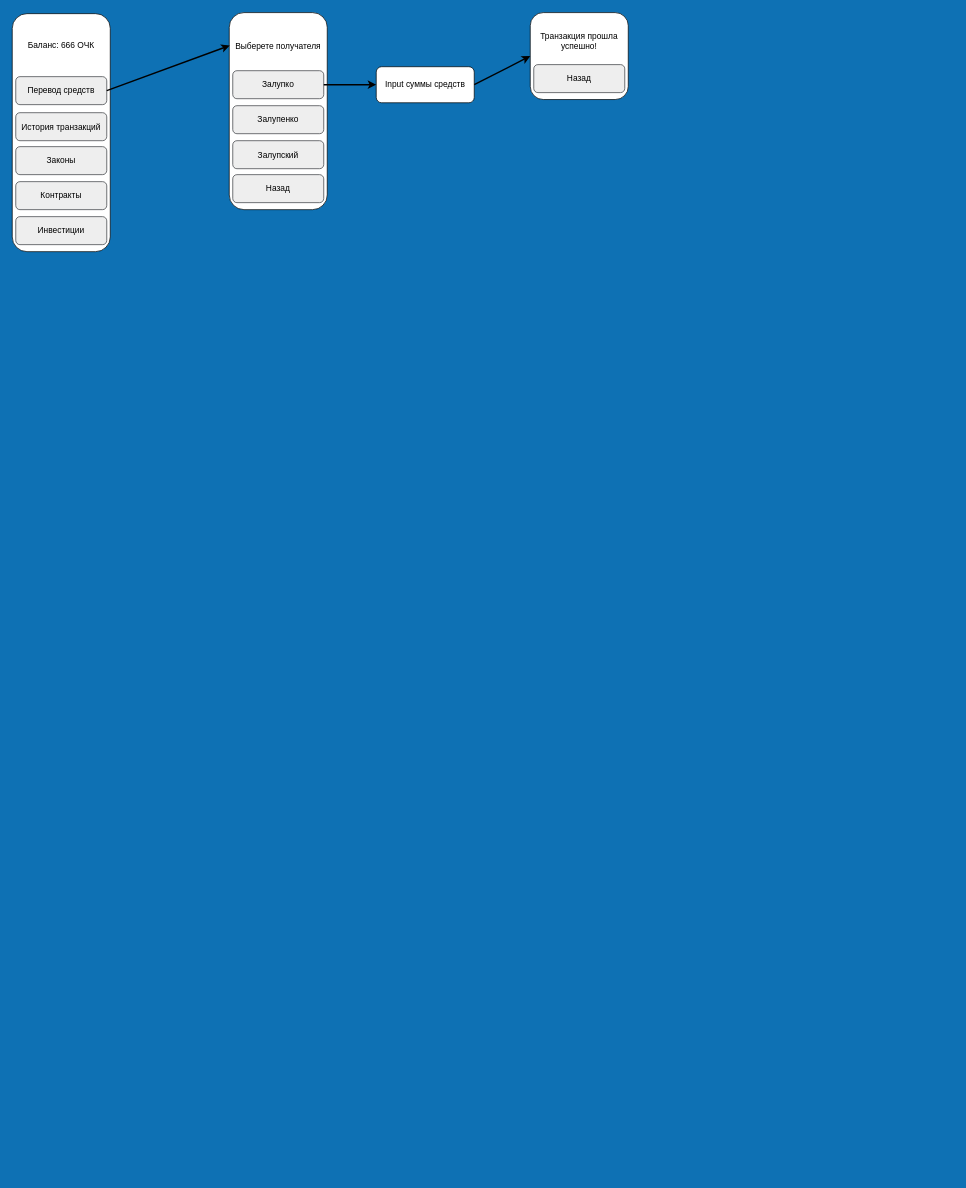
robokirill/TEST keeps this draw.io diagram as minecraft-smp.drawio. Above is the earlier version. Source tidied: cells renumbered, new cells numbered last; positions are measured from the earlier drawing's top-left corner, leaving out a move shared by most shapes. Both pictures are drawn from the tidied source at 70%, with x=0, y=0 at pixel (12, 12).
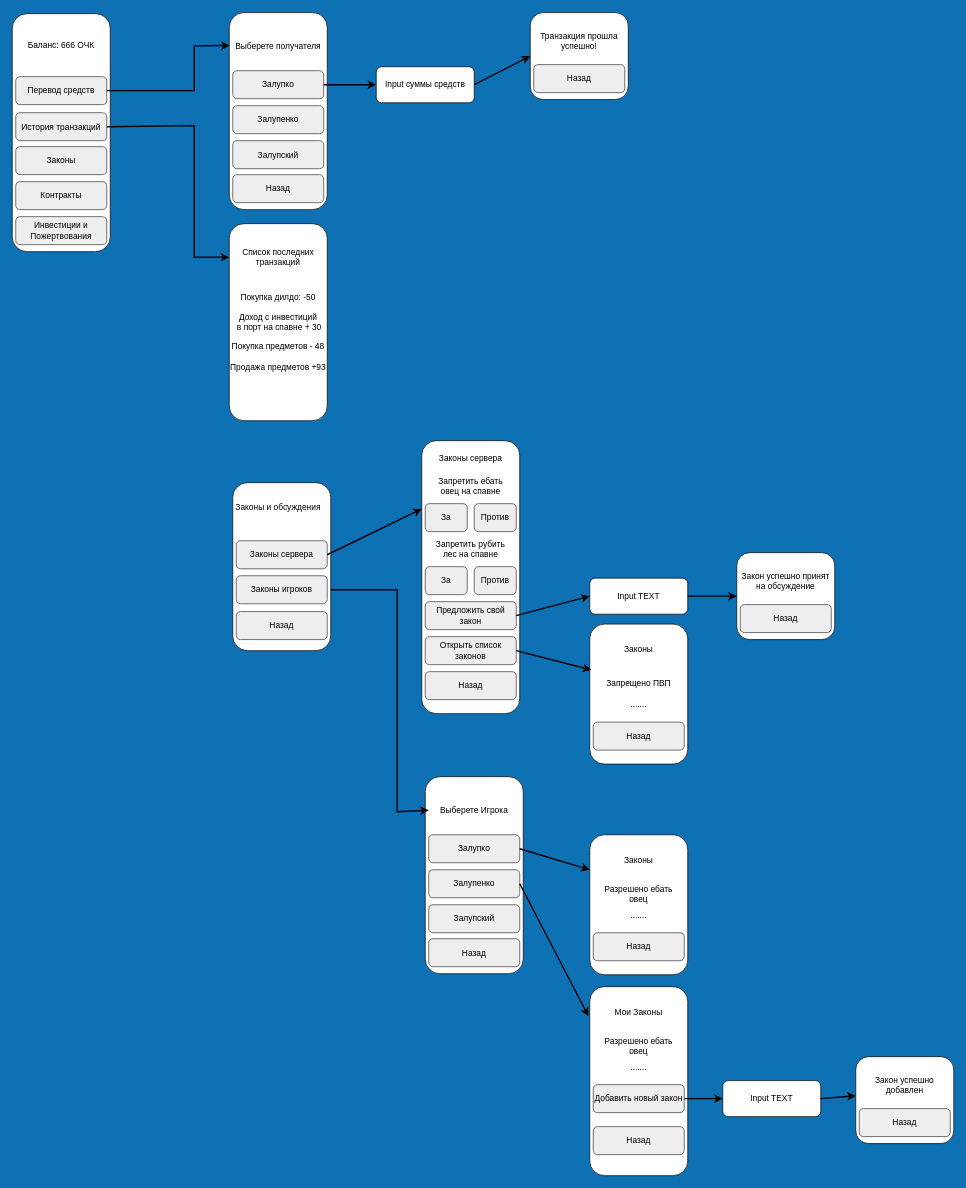
The same diagram, later.

Unchanged cells that the change refers to:
```xml
<mxCell id="4" value="Перевод средств" style="rounded=1;whiteSpace=wrap;html=1;fillColor=#eeeeee;strokeColor=#36393d;" parent="1" vertex="1">
  <mxGeometry x="5" y="92" width="130" height="40" as="geometry" />
</mxCell>
<mxCell id="8" style="rounded=1;whiteSpace=wrap;html=1;" parent="1" vertex="1">
  <mxGeometry x="310" y="0.5" width="140" height="281.5" as="geometry" />
</mxCell>
<mxCell id="21" value="История транзакций" style="rounded=1;whiteSpace=wrap;html=1;fillColor=#eeeeee;strokeColor=#36393d;" parent="1" vertex="1">
  <mxGeometry x="5" y="143.5" width="130" height="40" as="geometry" />
</mxCell>
```

Change to the diagram source:
```diff
@@
-    <mxCell id="7" value="Инвестиции" style="rounded=1;whiteSpace=wrap;html=1;fillColor=#eeeeee;strokeColor=#36393d;" parent="1" vertex="1">
+    <mxCell id="7" value="Инвестиции и Пожертвования" style="rounded=1;whiteSpace=wrap;html=1;fillColor=#eeeeee;strokeColor=#36393d;" parent="1" vertex="1">
       <mxGeometry x="5" y="292" width="130" height="40" as="geometry" />
     </mxCell>
@@
     <mxCell id="13" style="endArrow=classic;html=1;rounded=0;exitX=1;exitY=0.5;exitDx=0;exitDy=0;entryX=0.005;entryY=0.167;entryDx=0;entryDy=0;entryPerimeter=0;strokeWidth=2;" parent="1" edge="1" source="4" target="8">
-      <mxGeometry relative="1" as="geometry" />
+      <mxGeometry relative="1" as="geometry">
+        <Array as="points">
+          <mxPoint x="260" y="112" />
+          <mxPoint x="260" y="48" />
+        </Array>
+      </mxGeometry>
     </mxCell>
@@
+    <mxCell id="22" style="rounded=1;whiteSpace=wrap;html=1;" parent="1" vertex="1">
+      <mxGeometry x="310" y="302" width="140" height="281.5" as="geometry" />
+    </mxCell>
+    <mxCell id="23" value="Список последних транзакций" style="text;html=1;align=center;verticalAlign=middle;whiteSpace=wrap;rounded=0;" parent="1" vertex="1">
+      <mxGeometry x="310" y="335" width="140" height="30" as="geometry" />
+    </mxCell>
+    <mxCell id="24" value="Покупка дилдо: -50" style="text;html=1;align=center;verticalAlign=middle;whiteSpace=wrap;rounded=0;" parent="1" vertex="1">
+      <mxGeometry x="310" y="392" width="140" height="30" as="geometry" />
+    </mxCell>
+    <mxCell id="25" value="&lt;div&gt;Доход с инвестиций&lt;br&gt;&amp;nbsp;в порт на спавне + 30&lt;/div&gt;" style="text;html=1;align=center;verticalAlign=middle;whiteSpace=wrap;rounded=0;" parent="1" vertex="1">
+      <mxGeometry x="310" y="427.8" width="140" height="30" as="geometry" />
+    </mxCell>
+    <mxCell id="26" value="&lt;div&gt;Покупка предметов - 48&lt;/div&gt;" style="text;html=1;align=center;verticalAlign=middle;whiteSpace=wrap;rounded=0;" parent="1" vertex="1">
+      <mxGeometry x="310" y="462" width="140" height="30" as="geometry" />
+    </mxCell>
+    <mxCell id="27" value="&lt;div&gt;Продажа предметов +93&lt;/div&gt;" style="text;html=1;align=center;verticalAlign=middle;whiteSpace=wrap;rounded=0;" parent="1" vertex="1">
+      <mxGeometry x="310" y="492" width="140" height="30" as="geometry" />
+    </mxCell>
+    <mxCell id="28" style="endArrow=classic;html=1;rounded=0;exitX=1;exitY=0.5;exitDx=0;exitDy=0;entryX=0;entryY=0.5;entryDx=0;entryDy=0;strokeWidth=2;" parent="1" edge="1" source="21" target="23">
+      <mxGeometry relative="1" as="geometry">
+        <Array as="points">
+          <mxPoint x="260" y="162" />
+          <mxPoint x="260" y="350" />
+        </Array>
+      </mxGeometry>
+    </mxCell>
+    <mxCell id="29" style="rounded=1;whiteSpace=wrap;html=1;" parent="1" vertex="1">
+      <mxGeometry x="315" y="672" width="140" height="240" as="geometry" />
+    </mxCell>
+    <mxCell id="30" value="Законы сервера" style="rounded=1;whiteSpace=wrap;html=1;fillColor=#eeeeee;strokeColor=#36393d;" parent="1" vertex="1">
+      <mxGeometry x="320" y="755" width="130" height="40" as="geometry" />
+    </mxCell>
+    <mxCell id="31" value="Законы игроков" style="rounded=1;whiteSpace=wrap;html=1;fillColor=#eeeeee;strokeColor=#36393d;" parent="1" vertex="1">
+      <mxGeometry x="320" y="805" width="130" height="40" as="geometry" />
+    </mxCell>
+    <mxCell id="32" value="Законы и обсуждения" style="text;html=1;align=center;verticalAlign=middle;whiteSpace=wrap;rounded=0;" parent="1" vertex="1">
+      <mxGeometry x="310" y="692" width="140" height="30" as="geometry" />
+    </mxCell>
+    <mxCell id="33" style="rounded=1;whiteSpace=wrap;html=1;" parent="1" vertex="1">
+      <mxGeometry x="585" y="612" width="140" height="390" as="geometry" />
+    </mxCell>
+    <mxCell id="34" value="За" style="rounded=1;whiteSpace=wrap;html=1;fillColor=#eeeeee;strokeColor=#36393d;" parent="1" vertex="1">
+      <mxGeometry x="590" y="702" width="60" height="40" as="geometry" />
+    </mxCell>
+    <mxCell id="35" value="Предложить свой закон" style="rounded=1;whiteSpace=wrap;html=1;fillColor=#eeeeee;strokeColor=#36393d;" parent="1" vertex="1">
+      <mxGeometry x="590" y="842" width="130" height="40" as="geometry" />
+    </mxCell>
+    <mxCell id="36" value="Законы сервера" style="text;html=1;align=center;verticalAlign=middle;whiteSpace=wrap;rounded=0;" parent="1" vertex="1">
+      <mxGeometry x="585" y="622" width="140" height="30" as="geometry" />
+    </mxCell>
+    <mxCell id="37" value="Против" style="rounded=1;whiteSpace=wrap;html=1;fillColor=#eeeeee;strokeColor=#36393d;" parent="1" vertex="1">
+      <mxGeometry x="660" y="702" width="60" height="40" as="geometry" />
+    </mxCell>
+    <mxCell id="38" value="За" style="rounded=1;whiteSpace=wrap;html=1;fillColor=#eeeeee;strokeColor=#36393d;" parent="1" vertex="1">
+      <mxGeometry x="590" y="792" width="60" height="40" as="geometry" />
+    </mxCell>
+    <mxCell id="39" value="Запретить рубить лес на спавне" style="text;html=1;align=center;verticalAlign=middle;whiteSpace=wrap;rounded=0;" parent="1" vertex="1">
+      <mxGeometry x="600" y="752" width="110" height="30" as="geometry" />
+    </mxCell>
+    <mxCell id="40" value="Против" style="rounded=1;whiteSpace=wrap;html=1;fillColor=#eeeeee;strokeColor=#36393d;" parent="1" vertex="1">
+      <mxGeometry x="660" y="792" width="60" height="40" as="geometry" />
+    </mxCell>
+    <mxCell id="41" style="endArrow=classic;html=1;rounded=0;exitX=1;exitY=0.5;exitDx=0;exitDy=0;entryX=0;entryY=0.25;entryDx=0;entryDy=0;strokeWidth=2;" parent="1" edge="1" source="30" target="33">
+      <mxGeometry relative="1" as="geometry" />
+    </mxCell>
+    <mxCell id="42" value="Input TEXT" style="rounded=1;whiteSpace=wrap;html=1;" parent="1" vertex="1">
+      <mxGeometry x="825" y="808.4" width="140" height="51.5" as="geometry" />
+    </mxCell>
+    <mxCell id="43" style="rounded=1;whiteSpace=wrap;html=1;" parent="1" vertex="1">
+      <mxGeometry x="1035" y="772" width="140" height="124.2" as="geometry" />
+    </mxCell>
+    <mxCell id="44" value="Закон успешно принят на обсуждение" style="text;html=1;align=center;verticalAlign=middle;whiteSpace=wrap;rounded=0;" parent="1" vertex="1">
+      <mxGeometry x="1035" y="797.8" width="140" height="30" as="geometry" />
+    </mxCell>
+    <mxCell id="45" value="Назад" style="rounded=1;whiteSpace=wrap;html=1;fillColor=#eeeeee;strokeColor=#36393d;" parent="1" vertex="1">
+      <mxGeometry x="1040" y="846.2" width="130" height="40" as="geometry" />
+    </mxCell>
+    <mxCell id="46" style="endArrow=classic;html=1;rounded=0;exitX=1;exitY=0.5;exitDx=0;exitDy=0;entryX=0;entryY=0.5;entryDx=0;entryDy=0;strokeWidth=2;" parent="1" edge="1" source="42" target="43">
+      <mxGeometry relative="1" as="geometry" />
+    </mxCell>
+    <mxCell id="47" style="endArrow=classic;html=1;rounded=0;exitX=1;exitY=0.5;exitDx=0;exitDy=0;entryX=0;entryY=0.5;entryDx=0;entryDy=0;strokeWidth=2;" parent="1" edge="1" source="35" target="42">
+      <mxGeometry relative="1" as="geometry" />
+    </mxCell>
+    <mxCell id="48" value="Открыть список законов" style="rounded=1;whiteSpace=wrap;html=1;fillColor=#eeeeee;strokeColor=#36393d;" parent="1" vertex="1">
+      <mxGeometry x="590" y="892" width="130" height="40" as="geometry" />
+    </mxCell>
+    <mxCell id="49" style="rounded=1;whiteSpace=wrap;html=1;" parent="1" vertex="1">
+      <mxGeometry x="825" y="874.1" width="140" height="200" as="geometry" />
+    </mxCell>
+    <mxCell id="50" value="Законы" style="text;html=1;align=center;verticalAlign=middle;whiteSpace=wrap;rounded=0;" parent="1" vertex="1">
+      <mxGeometry x="825" y="896.2" width="140" height="30" as="geometry" />
+    </mxCell>
+    <mxCell id="51" style="endArrow=classic;html=1;rounded=0;exitX=1;exitY=0.5;exitDx=0;exitDy=0;entryX=0.017;entryY=0.327;entryDx=0;entryDy=0;strokeWidth=2;entryPerimeter=0;" parent="1" edge="1" source="48" target="49">
+      <mxGeometry relative="1" as="geometry" />
+    </mxCell>
+    <mxCell id="52" value="Запрещено ПВП" style="text;html=1;align=center;verticalAlign=middle;whiteSpace=wrap;rounded=0;" parent="1" vertex="1">
+      <mxGeometry x="840" y="944.1" width="110" height="30" as="geometry" />
+    </mxCell>
+    <mxCell id="53" value="......." style="text;html=1;align=center;verticalAlign=middle;whiteSpace=wrap;rounded=0;" parent="1" vertex="1">
+      <mxGeometry x="840" y="974.1" width="110" height="30" as="geometry" />
+    </mxCell>
+    <mxCell id="54" value="Назад" style="rounded=1;whiteSpace=wrap;html=1;fillColor=#eeeeee;strokeColor=#36393d;" parent="1" vertex="1">
+      <mxGeometry x="590" y="942" width="130" height="40" as="geometry" />
+    </mxCell>
+    <mxCell id="55" style="rounded=1;whiteSpace=wrap;html=1;" parent="1" vertex="1">
+      <mxGeometry x="590" y="1092" width="140" height="281.5" as="geometry" />
+    </mxCell>
+    <mxCell id="56" value="Выберете Игрока" style="text;html=1;align=center;verticalAlign=middle;whiteSpace=wrap;rounded=0;" parent="1" vertex="1">
+      <mxGeometry x="590" y="1125" width="140" height="30" as="geometry" />
+    </mxCell>
+    <mxCell id="57" value="Залупко" style="rounded=1;whiteSpace=wrap;html=1;fillColor=#eeeeee;strokeColor=#36393d;" parent="1" vertex="1">
+      <mxGeometry x="595" y="1175" width="130" height="40" as="geometry" />
+    </mxCell>
+    <mxCell id="58" value="Залупенко" style="rounded=1;whiteSpace=wrap;html=1;fillColor=#eeeeee;strokeColor=#36393d;" parent="1" vertex="1">
+      <mxGeometry x="595" y="1225" width="130" height="40" as="geometry" />
+    </mxCell>
+    <mxCell id="59" value="Залупский" style="rounded=1;whiteSpace=wrap;html=1;fillColor=#eeeeee;strokeColor=#36393d;" parent="1" vertex="1">
+      <mxGeometry x="595" y="1275" width="130" height="40" as="geometry" />
+    </mxCell>
+    <mxCell id="60" value="Назад" style="rounded=1;whiteSpace=wrap;html=1;fillColor=#eeeeee;strokeColor=#36393d;" parent="1" vertex="1">
+      <mxGeometry x="595" y="1323.5" width="130" height="40" as="geometry" />
+    </mxCell>
+    <mxCell id="61" style="rounded=1;whiteSpace=wrap;html=1;" parent="1" vertex="1">
+      <mxGeometry x="825" y="1175" width="140" height="200" as="geometry" />
+    </mxCell>
+    <mxCell id="62" value="Законы" style="text;html=1;align=center;verticalAlign=middle;whiteSpace=wrap;rounded=0;" parent="1" vertex="1">
+      <mxGeometry x="825" y="1197.1" width="140" height="30" as="geometry" />
+    </mxCell>
+    <mxCell id="63" value="Разрешено ебать овец" style="text;html=1;align=center;verticalAlign=middle;whiteSpace=wrap;rounded=0;" parent="1" vertex="1">
+      <mxGeometry x="840" y="1245" width="110" height="30" as="geometry" />
+    </mxCell>
+    <mxCell id="64" value="......." style="text;html=1;align=center;verticalAlign=middle;whiteSpace=wrap;rounded=0;" parent="1" vertex="1">
+      <mxGeometry x="840" y="1275" width="110" height="30" as="geometry" />
+    </mxCell>
+    <mxCell id="65" style="rounded=1;whiteSpace=wrap;html=1;" parent="1" vertex="1">
+      <mxGeometry x="825" y="1392" width="140" height="270" as="geometry" />
+    </mxCell>
+    <mxCell id="66" value="Мои Законы" style="text;html=1;align=center;verticalAlign=middle;whiteSpace=wrap;rounded=0;" parent="1" vertex="1">
+      <mxGeometry x="825" y="1414.1" width="140" height="30" as="geometry" />
+    </mxCell>
+    <mxCell id="67" value="Разрешено ебать овец" style="text;html=1;align=center;verticalAlign=middle;whiteSpace=wrap;rounded=0;" parent="1" vertex="1">
+      <mxGeometry x="840" y="1462" width="110" height="30" as="geometry" />
+    </mxCell>
+    <mxCell id="68" value="......." style="text;html=1;align=center;verticalAlign=middle;whiteSpace=wrap;rounded=0;" parent="1" vertex="1">
+      <mxGeometry x="840" y="1492" width="110" height="30" as="geometry" />
+    </mxCell>
+    <mxCell id="69" value="Назад" style="rounded=1;whiteSpace=wrap;html=1;fillColor=#eeeeee;strokeColor=#36393d;" parent="1" vertex="1">
+      <mxGeometry x="830" y="1014.1" width="130" height="40" as="geometry" />
+    </mxCell>
+    <mxCell id="70" value="Назад" style="rounded=1;whiteSpace=wrap;html=1;fillColor=#eeeeee;strokeColor=#36393d;" parent="1" vertex="1">
+      <mxGeometry x="830" y="1315" width="130" height="40" as="geometry" />
+    </mxCell>
+    <mxCell id="71" value="Назад" style="rounded=1;whiteSpace=wrap;html=1;fillColor=#eeeeee;strokeColor=#36393d;" parent="1" vertex="1">
+      <mxGeometry x="830" y="1592" width="130" height="40" as="geometry" />
+    </mxCell>
+    <mxCell id="72" value="Добавить новый закон" style="rounded=1;whiteSpace=wrap;html=1;fillColor=#eeeeee;strokeColor=#36393d;" parent="1" vertex="1">
+      <mxGeometry x="830" y="1532" width="130" height="40" as="geometry" />
+    </mxCell>
+    <mxCell id="73" value="Input TEXT" style="rounded=1;whiteSpace=wrap;html=1;" parent="1" vertex="1">
+      <mxGeometry x="1015" y="1526.2" width="140" height="51.5" as="geometry" />
+    </mxCell>
+    <mxCell id="74" style="rounded=1;whiteSpace=wrap;html=1;" parent="1" vertex="1">
+      <mxGeometry x="1205" y="1492" width="140" height="124.2" as="geometry" />
+    </mxCell>
+    <mxCell id="75" value="Закон успешно добавлен" style="text;html=1;align=center;verticalAlign=middle;whiteSpace=wrap;rounded=0;" parent="1" vertex="1">
+      <mxGeometry x="1205" y="1517.8" width="140" height="30" as="geometry" />
+    </mxCell>
+    <mxCell id="76" value="Назад" style="rounded=1;whiteSpace=wrap;html=1;fillColor=#eeeeee;strokeColor=#36393d;" parent="1" vertex="1">
+      <mxGeometry x="1210" y="1566.2" width="130" height="40" as="geometry" />
+    </mxCell>
+    <mxCell id="77" style="endArrow=classic;html=1;rounded=0;exitX=1;exitY=0.5;exitDx=0;exitDy=0;entryX=0;entryY=0.5;entryDx=0;entryDy=0;strokeWidth=2;" parent="1" edge="1" source="72" target="73">
+      <mxGeometry relative="1" as="geometry" />
+    </mxCell>
+    <mxCell id="78" style="endArrow=classic;html=1;rounded=0;exitX=1;exitY=0.5;exitDx=0;exitDy=0;entryX=0;entryY=1;entryDx=0;entryDy=0;strokeWidth=2;" parent="1" edge="1" source="73" target="75">
+      <mxGeometry relative="1" as="geometry" />
+    </mxCell>
+    <mxCell id="79" style="endArrow=classic;html=1;rounded=0;exitX=1;exitY=0.5;exitDx=0;exitDy=0;strokeWidth=2;entryX=0;entryY=0.5;entryDx=0;entryDy=0;" parent="1" edge="1">
+      <mxGeometry relative="1" as="geometry">
+        <mxPoint x="455" y="825" as="sourcePoint" />
+        <mxPoint x="595" y="1140" as="targetPoint" />
+        <Array as="points">
+          <mxPoint x="550" y="825" />
+          <mxPoint x="550" y="1142" />
+        </Array>
+      </mxGeometry>
+    </mxCell>
+    <mxCell id="80" style="endArrow=classic;html=1;rounded=0;exitX=1;exitY=0.5;exitDx=0;exitDy=0;entryX=0;entryY=0.25;entryDx=0;entryDy=0;strokeWidth=2;" parent="1" edge="1" source="57" target="61">
+      <mxGeometry relative="1" as="geometry" />
+    </mxCell>
+    <mxCell id="81" style="endArrow=classic;html=1;rounded=0;exitX=1;exitY=0.5;exitDx=0;exitDy=0;entryX=-0.014;entryY=0.156;entryDx=0;entryDy=0;strokeWidth=2;entryPerimeter=0;" parent="1" edge="1" source="58" target="65">
+      <mxGeometry relative="1" as="geometry" />
+    </mxCell>
+    <mxCell id="82" value="Назад" style="rounded=1;whiteSpace=wrap;html=1;fillColor=#eeeeee;strokeColor=#36393d;" parent="1" vertex="1">
+      <mxGeometry x="320" y="856.2" width="130" height="40" as="geometry" />
+    </mxCell>
+    <mxCell id="83" value="Запретить ебать овец на спавне" style="text;html=1;align=center;verticalAlign=middle;whiteSpace=wrap;rounded=0;" parent="1" vertex="1">
+      <mxGeometry x="600" y="662" width="110" height="30" as="geometry" />
+    </mxCell>
```
